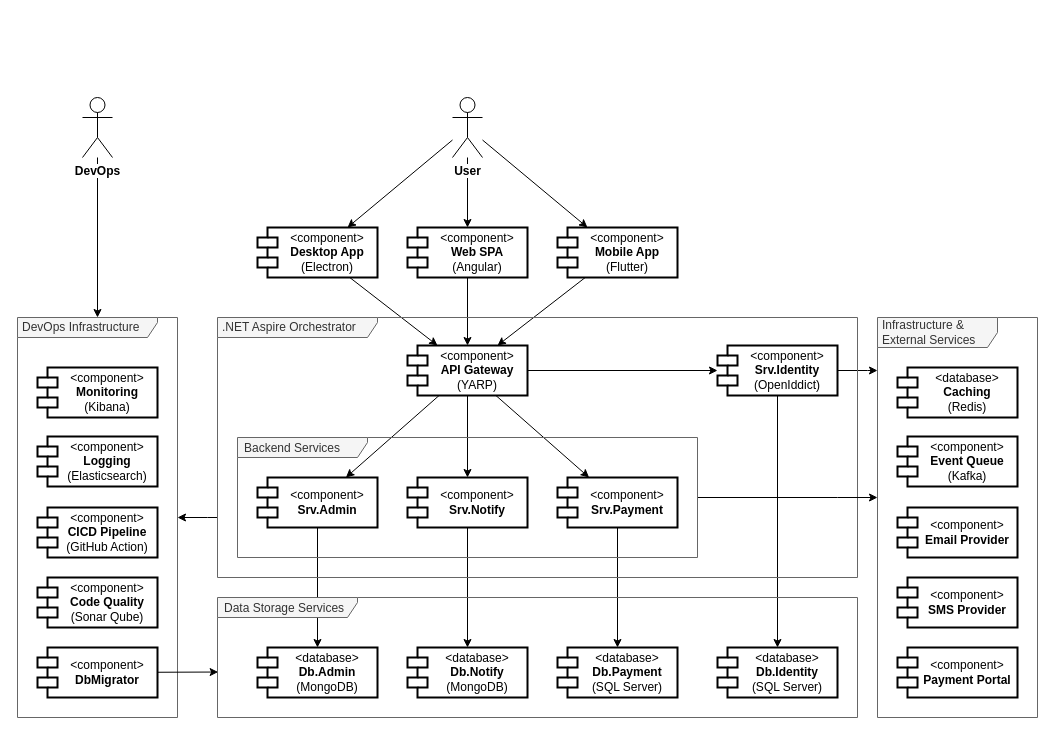
Before: page "UML Components" (1 of 2) of docs/2.development/99.software-architecture.drawio in datntdev0/codebase-microservices, a draw.io diagram. Source tidied: cells renumbered, new cells numbered last; positions are measured from the earlier drawing's top-left corner, leaving out a move shared by most shapes. Both pictures are drawn from the tidied source at 100%, with x=0, y=0 at pixel (17, 97).
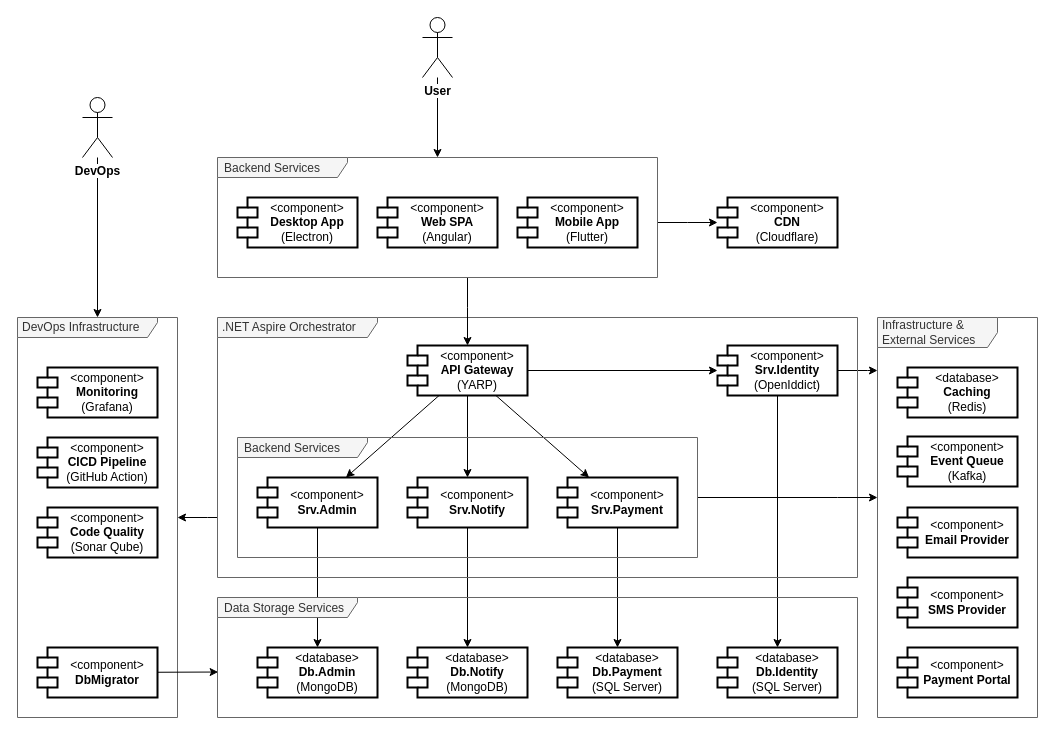
The same diagram, later.

Commit message (it also covers changes not shown here):
docs: update detailed plan and arch diagram

Unchanged cells that the change refers to:
```xml
<mxCell id="18" value="&lt;div&gt;&amp;lt;component&amp;gt;&lt;/div&gt;&lt;b&gt;API Gateway&lt;/b&gt;&lt;div&gt;(YARP)&lt;/div&gt;" style="shape=module;align=left;spacingLeft=20;align=center;verticalAlign=middle;whiteSpace=wrap;html=1;strokeColor=default;fontFamily=Helvetica;fontSize=12;fontColor=default;labelBackgroundColor=none;fillColor=default;spacing=0;strokeWidth=2;" parent="1" vertex="1">
  <mxGeometry x="390" y="248" width="120" height="50" as="geometry" />
</mxCell>
```

Diff of the diagram source:
```diff
@@
-    <mxCell id="2" style="rounded=0;jettySize=auto;html=1;" parent="1" edge="1" source="40" target="25">
-      <mxGeometry relative="1" as="geometry" />
-    </mxCell>
-    <mxCell id="3" style="edgeStyle=orthogonalEdgeStyle;rounded=0;jettySize=auto;html=1;" parent="1" edge="1" source="40" target="21">
-      <mxGeometry relative="1" as="geometry" />
-    </mxCell>
-    <mxCell id="4" style="rounded=0;jettySize=auto;html=1;" parent="1" edge="1" source="40" target="23">
-      <mxGeometry relative="1" as="geometry" />
-    </mxCell>
@@
-    <mxCell id="20" style="rounded=0;jettySize=auto;html=1;exitX=0.5;exitY=1;exitDx=0;exitDy=0;entryX=0.5;entryY=0;entryDx=0;entryDy=0;" parent="1" edge="1" source="21" target="18">
-      <mxGeometry relative="1" as="geometry" />
-    </mxCell>
     <mxCell id="21" value="&lt;div&gt;&amp;lt;component&amp;gt;&lt;/div&gt;&lt;b&gt;Web SPA&lt;/b&gt;&lt;br&gt;&lt;div&gt;(Angular)&lt;/div&gt;" style="shape=module;align=left;spacingLeft=20;align=center;verticalAlign=middle;whiteSpace=wrap;html=1;strokeColor=default;fontFamily=Helvetica;fontSize=12;fontColor=default;labelBackgroundColor=none;fillColor=default;spacing=0;strokeWidth=2;" parent="1" vertex="1">
-      <mxGeometry x="390" y="130" width="120" height="50" as="geometry" />
+      <mxGeometry x="360" y="100" width="120" height="50" as="geometry" />
     </mxCell>
-    <mxCell id="22" style="rounded=0;jettySize=auto;html=1;entryX=0.75;entryY=0;entryDx=0;entryDy=0;" parent="1" edge="1" source="23" target="18">
-      <mxGeometry relative="1" as="geometry" />
-    </mxCell>
     <mxCell id="23" value="&lt;div&gt;&amp;lt;component&amp;gt;&lt;/div&gt;&lt;b&gt;Mobile App&lt;/b&gt;&lt;div&gt;(Flutter)&lt;/div&gt;" style="shape=module;align=left;spacingLeft=20;align=center;verticalAlign=middle;whiteSpace=wrap;html=1;strokeColor=default;fontFamily=Helvetica;fontSize=12;fontColor=default;labelBackgroundColor=none;fillColor=default;spacing=0;strokeWidth=2;" parent="1" vertex="1">
-      <mxGeometry x="540" y="130" width="120" height="50" as="geometry" />
+      <mxGeometry x="500" y="100" width="120" height="50" as="geometry" />
     </mxCell>
-    <mxCell id="24" style="rounded=0;jettySize=auto;html=1;entryX=0.25;entryY=0;entryDx=0;entryDy=0;" parent="1" edge="1" source="25" target="18">
-      <mxGeometry relative="1" as="geometry" />
-    </mxCell>
     <mxCell id="25" value="&lt;div&gt;&amp;lt;component&amp;gt;&lt;/div&gt;&lt;b&gt;Desktop App&lt;/b&gt;&lt;div&gt;(Electron)&lt;/div&gt;" style="shape=module;align=left;spacingLeft=20;align=center;verticalAlign=middle;whiteSpace=wrap;html=1;strokeColor=default;fontFamily=Helvetica;fontSize=12;fontColor=default;labelBackgroundColor=none;fillColor=default;spacing=0;strokeWidth=2;" parent="1" vertex="1">
-      <mxGeometry x="240" y="130" width="120" height="50" as="geometry" />
+      <mxGeometry x="220" y="100" width="120" height="50" as="geometry" />
     </mxCell>
@@
+    <mxCell id="50" style="edgeStyle=orthogonalEdgeStyle;rounded=0;jettySize=auto;html=1;" parent="1" edge="1" source="40" target="54">
+      <mxGeometry relative="1" as="geometry" />
+    </mxCell>
     <mxCell id="40" value="&lt;span style=&quot;background-color: light-dark(#ffffff, var(--ge-dark-color, #121212));&quot;&gt;User&lt;/span&gt;" style="shape=umlActor;verticalLabelPosition=bottom;verticalAlign=top;html=1;labelBackgroundColor=none;fontStyle=1;" parent="1" vertex="1">
-      <mxGeometry x="435" width="30" height="60" as="geometry" />
+      <mxGeometry x="405" y="-80" width="30" height="60" as="geometry" />
     </mxCell>
@@
-    <mxCell id="42" value="&lt;div&gt;&amp;lt;component&amp;gt;&lt;/div&gt;&lt;b&gt;Monitoring&lt;/b&gt;&lt;div&gt;(Kibana)&lt;/div&gt;" style="shape=module;align=left;spacingLeft=20;align=center;verticalAlign=middle;whiteSpace=wrap;html=1;strokeColor=default;fontFamily=Helvetica;fontSize=12;fontColor=default;labelBackgroundColor=none;fillColor=default;strokeWidth=2;" parent="1" vertex="1">
+    <mxCell id="42" value="&lt;div&gt;&amp;lt;component&amp;gt;&lt;/div&gt;&lt;b&gt;Monitoring&lt;/b&gt;&lt;div&gt;(Grafana)&lt;/div&gt;" style="shape=module;align=left;spacingLeft=20;align=center;verticalAlign=middle;whiteSpace=wrap;html=1;strokeColor=default;fontFamily=Helvetica;fontSize=12;fontColor=default;labelBackgroundColor=none;fillColor=default;strokeWidth=2;" parent="1" vertex="1">
       <mxGeometry x="20" y="270" width="120" height="50" as="geometry" />
     </mxCell>
-    <mxCell id="43" value="&lt;div&gt;&amp;lt;component&amp;gt;&lt;/div&gt;&lt;b&gt;Logging&lt;/b&gt;&lt;div&gt;(Elasticsearch)&lt;/div&gt;" style="shape=module;align=left;spacingLeft=20;align=center;verticalAlign=middle;whiteSpace=wrap;html=1;strokeColor=default;fontFamily=Helvetica;fontSize=12;fontColor=default;labelBackgroundColor=none;fillColor=default;strokeWidth=2;" parent="1" vertex="1">
-      <mxGeometry x="20" y="339" width="120" height="50" as="geometry" />
-    </mxCell>
     <mxCell id="44" value="&lt;div&gt;&amp;lt;component&amp;gt;&lt;/div&gt;&lt;div&gt;&lt;b&gt;CICD Pipeline&lt;/b&gt;&lt;/div&gt;&lt;div&gt;(GitHub Action)&lt;/div&gt;" style="shape=module;align=left;spacingLeft=20;align=center;verticalAlign=middle;whiteSpace=wrap;html=1;strokeColor=default;fontFamily=Helvetica;fontSize=12;fontColor=default;labelBackgroundColor=none;fillColor=default;strokeWidth=2;" parent="1" vertex="1">
-      <mxGeometry x="20" y="410" width="120" height="50" as="geometry" />
+      <mxGeometry x="20" y="340" width="120" height="50" as="geometry" />
     </mxCell>
     <mxCell id="45" value="&lt;div&gt;&amp;lt;component&amp;gt;&lt;/div&gt;&lt;div&gt;&lt;b&gt;Code Quality&lt;/b&gt;&lt;/div&gt;&lt;div&gt;(Sonar Qube)&lt;/div&gt;" style="shape=module;align=left;spacingLeft=20;align=center;verticalAlign=middle;whiteSpace=wrap;html=1;strokeColor=default;fontFamily=Helvetica;fontSize=12;fontColor=default;labelBackgroundColor=none;fillColor=default;strokeWidth=2;" parent="1" vertex="1">
-      <mxGeometry x="20" y="480" width="120" height="50" as="geometry" />
+      <mxGeometry x="20" y="410" width="120" height="50" as="geometry" />
     </mxCell>
@@
+    <mxCell id="51" value="&lt;div&gt;&amp;lt;component&amp;gt;&lt;/div&gt;&lt;b&gt;CDN&lt;/b&gt;&lt;br&gt;&lt;div&gt;(Cloudflare)&lt;/div&gt;" style="shape=module;align=left;spacingLeft=20;align=center;verticalAlign=middle;whiteSpace=wrap;html=1;strokeColor=default;fontFamily=Helvetica;fontSize=12;fontColor=default;labelBackgroundColor=none;fillColor=default;spacing=0;strokeWidth=2;" parent="1" vertex="1">
+      <mxGeometry x="700" y="100" width="120" height="50" as="geometry" />
+    </mxCell>
+    <mxCell id="52" style="edgeStyle=orthogonalEdgeStyle;rounded=0;jettySize=auto;html=1;" parent="1" edge="1" source="54" target="18">
+      <mxGeometry relative="1" as="geometry">
+        <Array as="points">
+          <mxPoint x="450" y="210" />
+          <mxPoint x="450" y="210" />
+        </Array>
+      </mxGeometry>
+    </mxCell>
+    <mxCell id="53" style="edgeStyle=orthogonalEdgeStyle;rounded=0;jettySize=auto;html=1;" parent="1" edge="1" source="54" target="51">
+      <mxGeometry relative="1" as="geometry">
+        <Array as="points">
+          <mxPoint x="670" y="125" />
+          <mxPoint x="670" y="125" />
+        </Array>
+      </mxGeometry>
+    </mxCell>
+    <mxCell id="54" value="&lt;div style=&quot;line-height: 70%;&quot;&gt;Backend Services&lt;/div&gt;" style="shape=umlFrame;whiteSpace=wrap;html=1;strokeColor=#666666;align=left;verticalAlign=top;fontFamily=Helvetica;fontSize=12;fontColor=#333333;labelBackgroundColor=none;fillColor=#f5f5f5;width=130;height=20;spacingLeft=5;" parent="1" vertex="1">
+      <mxGeometry x="200" y="60" width="440" height="120" as="geometry" />
+    </mxCell>
```
